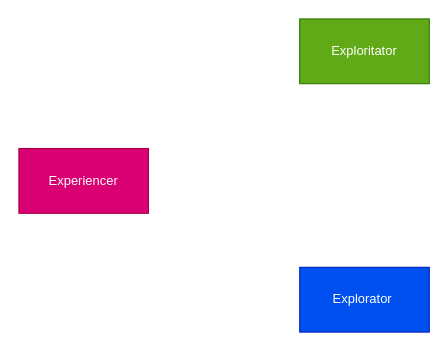
luxunxiansheng/ReinforcementLearningBasic keeps this draw.io diagram as work/RL.drawio. Above is the earlier version. Source tidied: cells renumbered, new cells numbered last; positions are measured from the earlier drawing's top-left corner, leaving out a move shared by most shapes. Both pictures are drawn from the tidied source at 108%, with x=0, y=0 at pixel (18, 18).
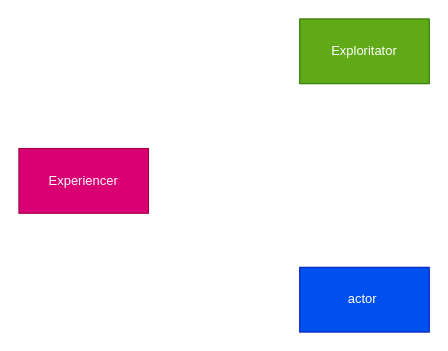
Above is the later version.

Change to the diagram source:
```diff
@@
 <mxGraphModel>
   <root>
     <mxCell id="0" />
     <mxCell id="1" parent="0" />
     <mxCell id="2" value="Exploritator" style="rounded=0;whiteSpace=wrap;html=1;fillColor=#60a917;strokeColor=#2D7600;fontColor=#ffffff;" parent="1" vertex="1">
       <mxGeometry x="260" width="120" height="60" as="geometry" />
     </mxCell>
-    <mxCell id="3" value="Explorator&amp;nbsp;" style="rounded=0;whiteSpace=wrap;html=1;fillColor=#0050ef;strokeColor=#001DBC;fontColor=#ffffff;" parent="1" vertex="1">
+    <mxCell id="3" value="actor&amp;nbsp;" style="rounded=0;whiteSpace=wrap;html=1;fillColor=#0050ef;strokeColor=#001DBC;fontColor=#ffffff;" parent="1" vertex="1">
       <mxGeometry x="260" y="230" width="120" height="60" as="geometry" />
     </mxCell>
     <mxCell id="4" value="Experiencer" style="rounded=0;whiteSpace=wrap;html=1;fillColor=#d80073;strokeColor=#A50040;fontColor=#ffffff;" parent="1" vertex="1">
       <mxGeometry y="120" width="120" height="60" as="geometry" />
     </mxCell>
   </root>
 </mxGraphModel>
```
